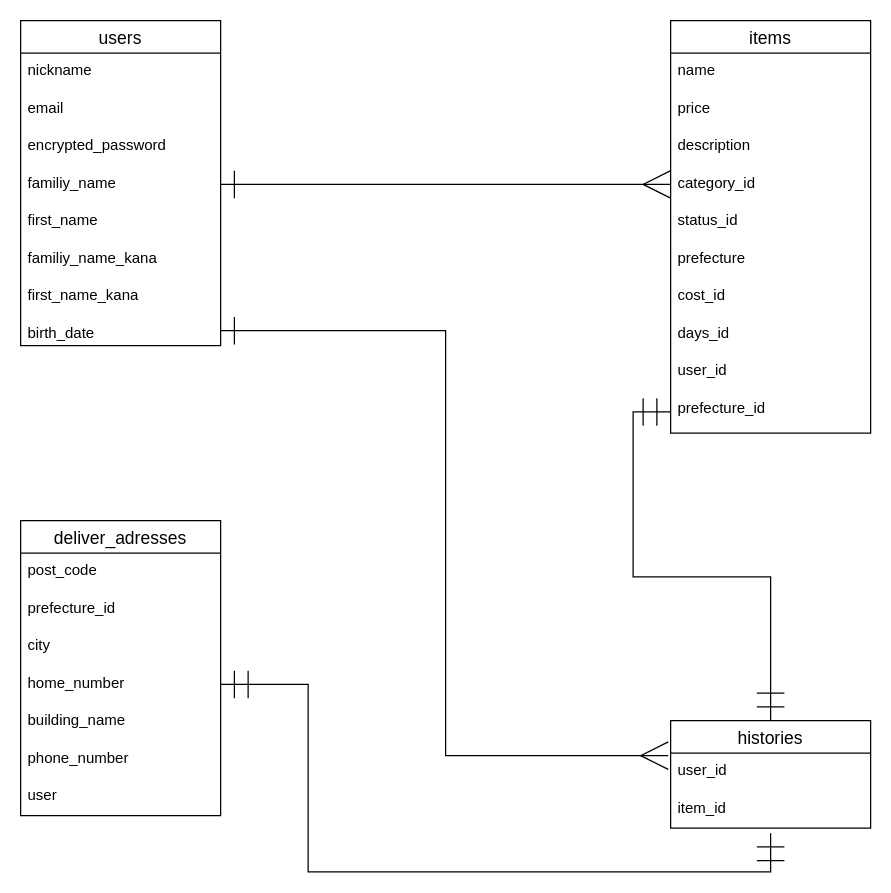
Before: furima.dio in aki1239/furima-35563, a draw.io diagram. Source tidied: cells renumbered, new cells numbered last; positions are measured from the earlier drawing's top-left corner, leaving out a move shared by most shapes. Both pictures are drawn from the tidied source at 125%, with x=0, y=0 at pixel (20, 20).
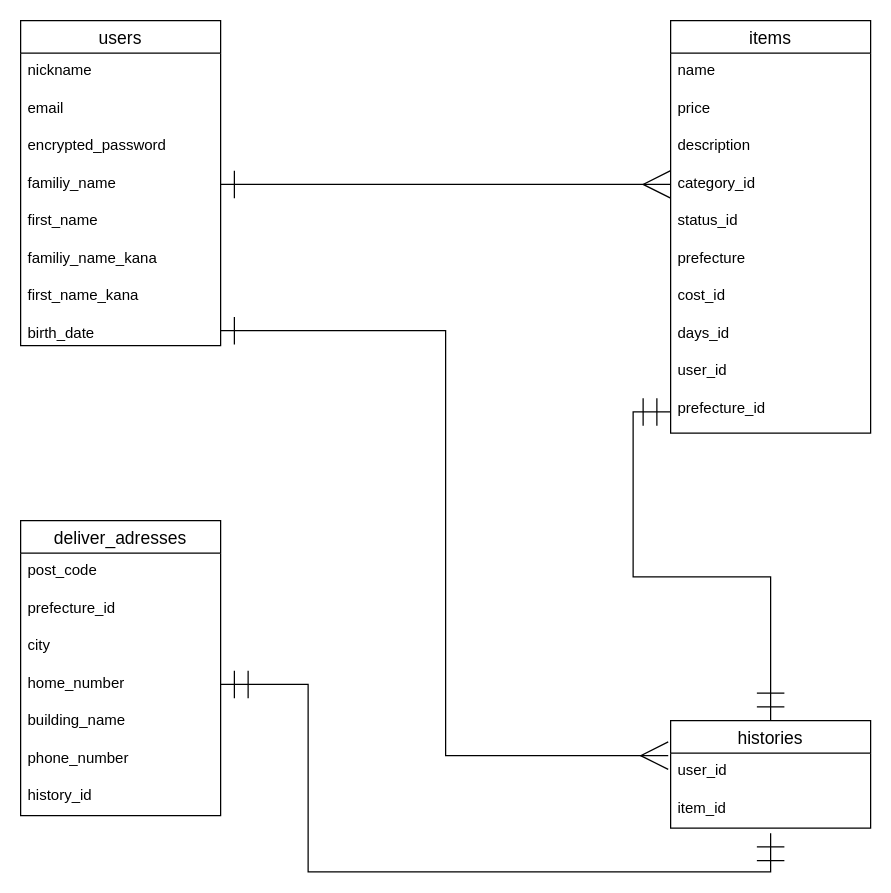
After the change.

Unchanged cells that the change refers to:
```xml
<mxCell id="22" value="deliver_adresses" style="swimlane;fontStyle=0;horizontal=1;startSize=26;align=center;fontSize=14;" parent="1" vertex="1">
  <mxGeometry y="400" width="160" height="236" as="geometry" />
</mxCell>
```

The edit, as a diff of the source:
```diff
@@
-    <mxCell id="29" value="user" style="text;strokeColor=none;fillColor=none;spacingLeft=4;spacingRight=4;overflow=hidden;fontSize=12;" parent="22" vertex="1">
+    <mxCell id="29" value="history_id" style="text;strokeColor=none;fillColor=none;spacingLeft=4;spacingRight=4;overflow=hidden;fontSize=12;" parent="22" vertex="1">
       <mxGeometry y="206" width="160" height="30" as="geometry" />
     </mxCell>
```
